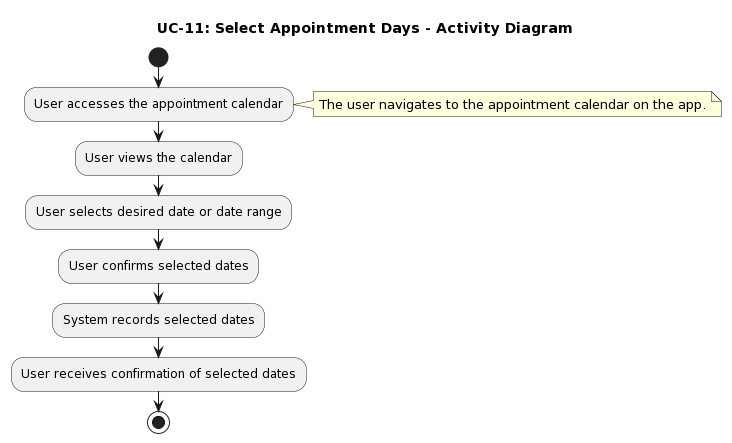
IrenePorta/PetSitters keeps this PlantUML diagram as Documents/PlantUML/UC-11_ACTIVITY_Diagram.png. Above is the earlier version.
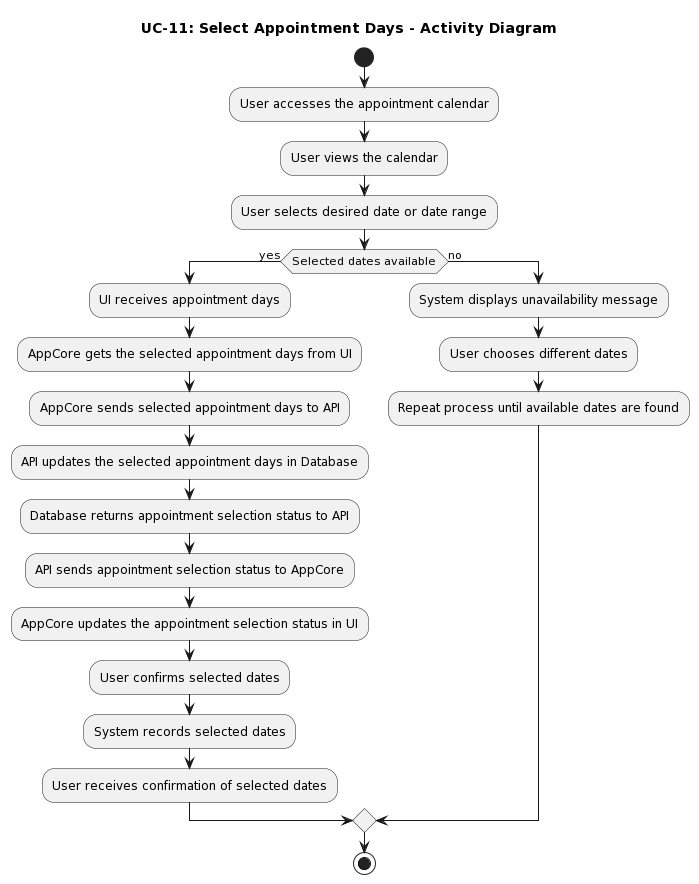
After the change.

What changed in the source:
```diff
@@ -2,18 +2,38 @@
 title UC-11: Select Appointment Days - Activity Diagram
 
 start
+
 :User accesses the appointment calendar;
-note right: The user navigates to the appointment calendar on the app.
 
 :User views the calendar;
 
 :User selects desired date or date range;
 
-:User confirms selected dates;
+if (Selected dates available) then (yes)
+  :UI receives appointment days;
 
-:System records selected dates;
+  :AppCore gets the selected appointment days from UI;
 
-:User receives confirmation of selected dates;
+  :AppCore sends selected appointment days to API;
+
+  :API updates the selected appointment days in Database;
+
+  :Database returns appointment selection status to API;
+
+  :API sends appointment selection status to AppCore;
+
+  :AppCore updates the appointment selection status in UI;
+
+  :User confirms selected dates;
+
+  :System records selected dates;
+
+  :User receives confirmation of selected dates;
+else (no)
+  :System displays unavailability message;
+  :User chooses different dates;
+  :Repeat process until available dates are found;
+endif
 
 stop
 @enduml
```
